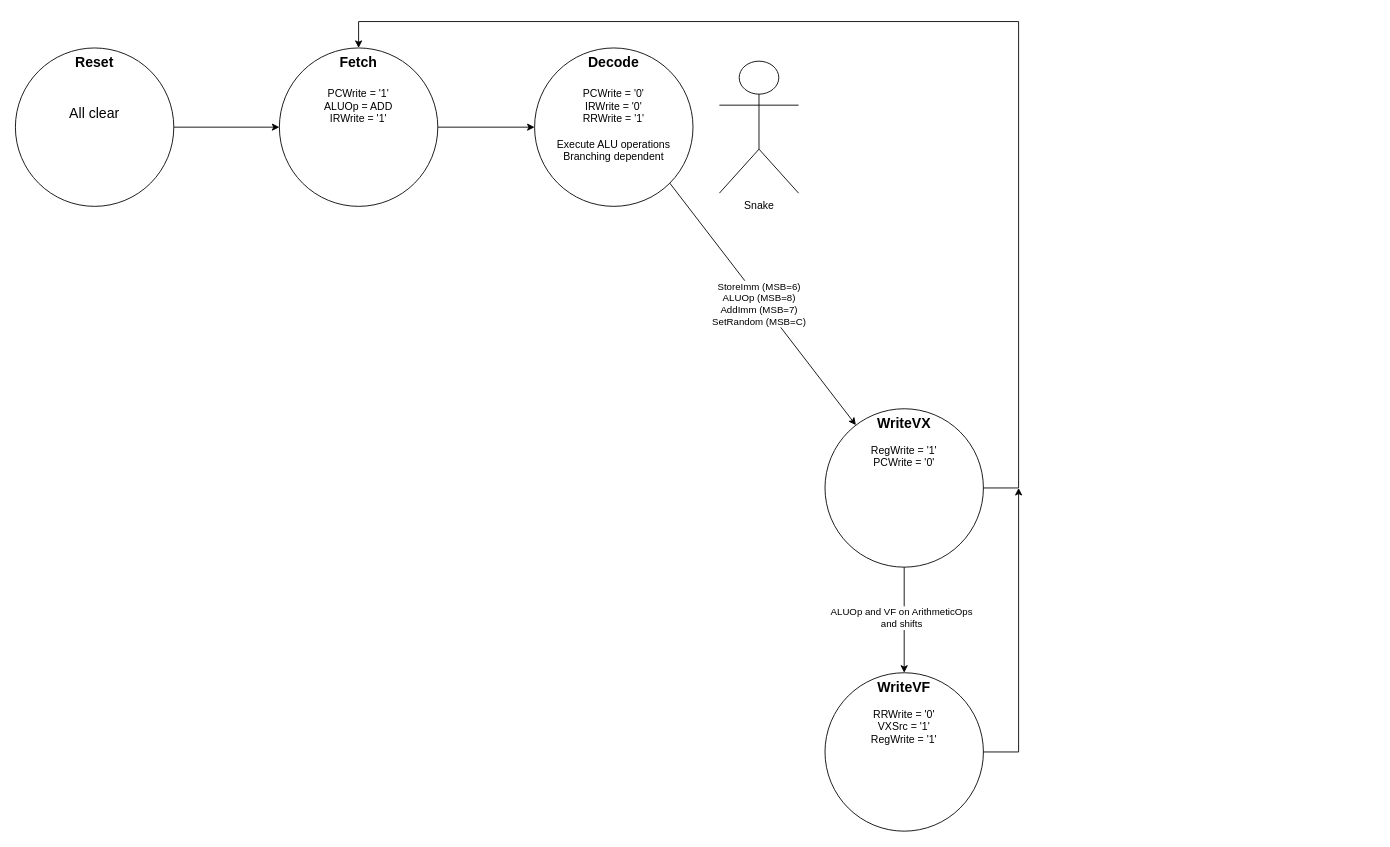
Before: docs/InstructionDecoder_StateMachine.drawio in Rutele/VChip8, a draw.io diagram. Source tidied: cells renumbered, new cells numbered last; positions are measured from the earlier drawing's top-left corner, leaving out a move shared by most shapes. Both pictures are drawn from the tidied source at 88%, with x=0, y=0 at pixel (15, 21).
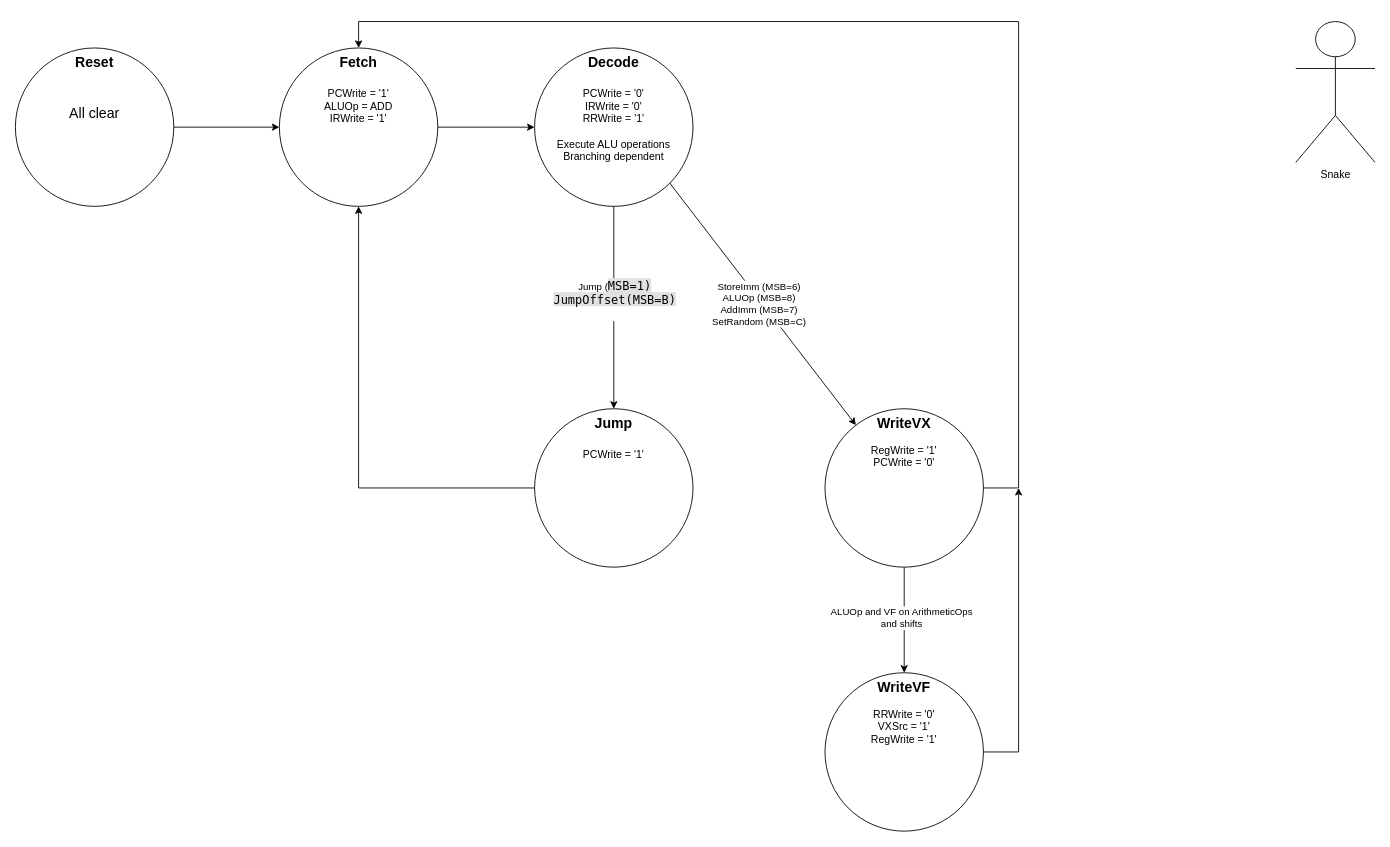
Above is the later version.

Unchanged cells that the change refers to:
```xml
<mxCell id="2" value="&lt;b&gt;&lt;font style=&quot;font-size: 16px;&quot;&gt;Fetch&lt;/font&gt;&lt;/b&gt;&lt;div&gt;&lt;span style=&quot;font-size: 16px;&quot;&gt;&lt;b&gt;&lt;br&gt;&lt;/b&gt;&lt;/span&gt;&lt;div&gt;&lt;div&gt;PCWrite = '1'&lt;/div&gt;&lt;/div&gt;&lt;/div&gt;&lt;div&gt;ALUOp = ADD&lt;/div&gt;&lt;div&gt;IRWrite = '1'&lt;/div&gt;&lt;div&gt;&lt;br&gt;&lt;/div&gt;" style="ellipse;whiteSpace=wrap;html=1;verticalAlign=top;" parent="1" vertex="1">
  <mxGeometry x="300" y="30" width="180" height="180" as="geometry" />
</mxCell>
<mxCell id="3" value="&lt;div&gt;&lt;span style=&quot;font-size: 16px;&quot;&gt;&lt;b&gt;Decode&lt;/b&gt;&lt;/span&gt;&lt;/div&gt;&lt;div&gt;&lt;span style=&quot;font-size: 16px;&quot;&gt;&lt;b&gt;&lt;br&gt;&lt;/b&gt;&lt;/span&gt;&lt;div&gt;&lt;div&gt;PCWrite = '0'&lt;/div&gt;&lt;/div&gt;&lt;/div&gt;&lt;div&gt;IRWrite = '0'&lt;/div&gt;&lt;div&gt;RRWrite = '1'&lt;/div&gt;&lt;div&gt;&lt;br&gt;&lt;/div&gt;&lt;div&gt;Execute ALU operations&lt;/div&gt;&lt;div&gt;Branching dependent&lt;/div&gt;" style="ellipse;whiteSpace=wrap;html=1;verticalAlign=top;" parent="1" vertex="1">
  <mxGeometry x="590" y="30" width="180" height="180" as="geometry" />
</mxCell>
```

Diff of the diagram source:
```diff
@@
     <mxCell id="9" value="Snake" style="shape=umlActor;verticalLabelPosition=bottom;verticalAlign=top;html=1;" parent="1" vertex="1">
-      <mxGeometry x="800" y="45" width="90" height="150" as="geometry" />
+      <mxGeometry x="1455" width="90" height="160" as="geometry" />
     </mxCell>
@@
+    <mxCell id="16" value="&lt;b&gt;&lt;font style=&quot;font-size: 16px;&quot;&gt;Jump&lt;/font&gt;&lt;/b&gt;&lt;div&gt;&lt;span style=&quot;font-size: 16px;&quot;&gt;&lt;b&gt;&lt;br&gt;&lt;/b&gt;&lt;/span&gt;&lt;div&gt;&lt;div&gt;PCWrite = '1'&lt;/div&gt;&lt;/div&gt;&lt;/div&gt;&lt;div&gt;&lt;br&gt;&lt;/div&gt;&lt;div&gt;&lt;br&gt;&lt;/div&gt;" style="ellipse;whiteSpace=wrap;html=1;verticalAlign=top;" parent="1" vertex="1">
+      <mxGeometry x="590" y="440" width="180" height="180" as="geometry" />
+    </mxCell>
+    <mxCell id="17" style="endArrow=classic;html=1;rounded=0;exitX=0.5;exitY=1;exitDx=0;exitDy=0;entryX=0.5;entryY=0;entryDx=0;entryDy=0;" parent="1" edge="1" source="3" target="16">
+      <mxGeometry relative="1" as="geometry" />
+    </mxCell>
+    <mxCell id="18" value="Jump (&lt;font face=&quot;Monaspace Neon, ui-monospace, SFMono-Regular, SF Mono, Menlo, Consolas, Liberation Mono, monospace&quot;&gt;&lt;span style=&quot;font-size: 13.6px; white-space: break-spaces; background-color: rgba(101, 108, 118, 0.2);&quot;&gt;MSB=1)&lt;/span&gt;&lt;/font&gt;&lt;div&gt;&lt;font face=&quot;Monaspace Neon, ui-monospace, SFMono-Regular, SF Mono, Menlo, Consolas, Liberation Mono, monospace&quot;&gt;&lt;span style=&quot;font-size: 13.6px; white-space: break-spaces; background-color: rgba(101, 108, 118, 0.2);&quot;&gt;JumpOffset(MSB=B)&lt;/span&gt;&lt;/font&gt;&lt;/div&gt;&lt;div&gt;&lt;font face=&quot;Monaspace Neon, ui-monospace, SFMono-Regular, SF Mono, Menlo, Consolas, Liberation Mono, monospace&quot;&gt;&lt;span style=&quot;font-size: 13.6px; white-space: break-spaces; background-color: rgba(101, 108, 118, 0.2);&quot;&gt;&lt;br&gt;&lt;/span&gt;&lt;/font&gt;&lt;/div&gt;" style="edgeLabel;html=1;align=center;verticalAlign=middle;" parent="17" vertex="1">
+      <mxGeometry x="-0.09" relative="1" as="geometry" />
+    </mxCell>
+    <mxCell id="19" style="endArrow=classic;html=1;rounded=0;exitX=0;exitY=0.5;exitDx=0;exitDy=0;entryX=0.5;entryY=1;entryDx=0;entryDy=0;" parent="1" edge="1" source="16" target="2">
+      <mxGeometry relative="1" as="geometry">
+        <Array as="points">
+          <mxPoint x="390" y="530" />
+        </Array>
+      </mxGeometry>
+    </mxCell>
```
